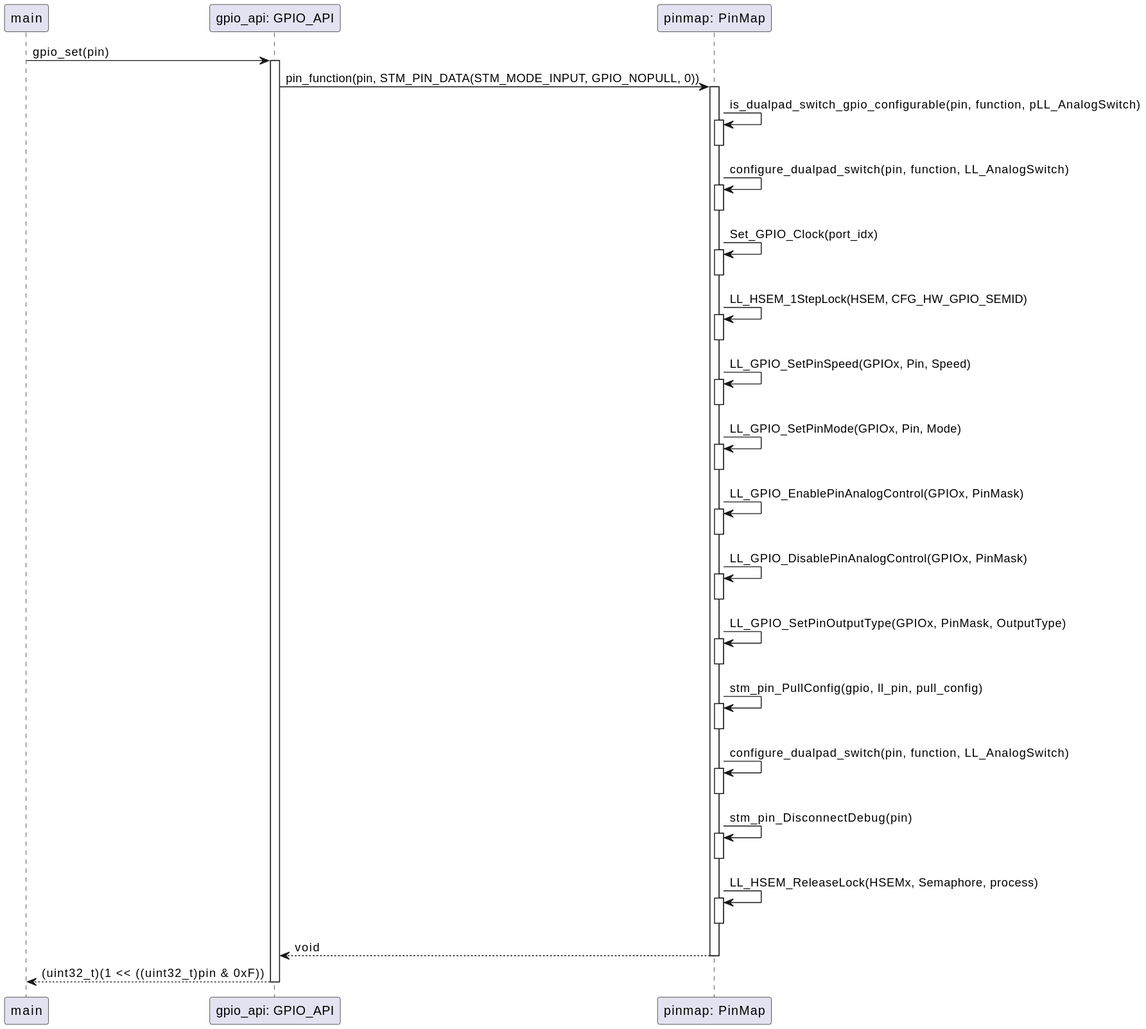
Bhagyani08/test_project keeps this PlantUML diagram as ai-design/sequence/gpio_set.svg. Above is the earlier version.
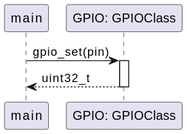
Above is the later version.

Commit message:
Auto-update AI design diagrams

The edit, as a diff of the source:
```diff
@@ -1,69 +1,9 @@
 @startuml
 participant "main" as Main
-participant "gpio_api: GPIO_API" as GPIO_API
-participant "pinmap: PinMap" as PinMap
+participant "GPIO: GPIOClass" as GPIO
 
-Main -> GPIO_API : gpio_set(pin)
-activate GPIO_API
-
-GPIO_API -> PinMap : pin_function(pin, STM_PIN_DATA(STM_MODE_INPUT, GPIO_NOPULL, 0))
-activate PinMap
-
-PinMap -> PinMap : is_dualpad_switch_gpio_configurable(pin, function, pLL_AnalogSwitch)
-activate PinMap
-deactivate PinMap
-
-PinMap -> PinMap : configure_dualpad_switch(pin, function, LL_AnalogSwitch)
-activate PinMap
-deactivate PinMap
-
-PinMap -> PinMap : Set_GPIO_Clock(port_idx)
-activate PinMap
-deactivate PinMap
-
-PinMap -> PinMap : LL_HSEM_1StepLock(HSEM, CFG_HW_GPIO_SEMID)
-activate PinMap
-deactivate PinMap
-
-PinMap -> PinMap : LL_GPIO_SetPinSpeed(GPIOx, Pin, Speed)
-activate PinMap
-deactivate PinMap
-
-PinMap -> PinMap : LL_GPIO_SetPinMode(GPIOx, Pin, Mode)
-activate PinMap
-deactivate PinMap
-
-PinMap -> PinMap : LL_GPIO_EnablePinAnalogControl(GPIOx, PinMask)
-activate PinMap
-deactivate PinMap
-
-PinMap -> PinMap : LL_GPIO_DisablePinAnalogControl(GPIOx, PinMask)
-activate PinMap
-deactivate PinMap
-
-PinMap -> PinMap : LL_GPIO_SetPinOutputType(GPIOx, PinMask, OutputType)
-activate PinMap
-deactivate PinMap
-
-PinMap -> PinMap : stm_pin_PullConfig(gpio, ll_pin, pull_config)
-activate PinMap
-deactivate PinMap
-
-PinMap -> PinMap : configure_dualpad_switch(pin, function, LL_AnalogSwitch)
-activate PinMap
-deactivate PinMap
-
-PinMap -> PinMap : stm_pin_DisconnectDebug(pin)
-activate PinMap
-deactivate PinMap
-
-PinMap -> PinMap : LL_HSEM_ReleaseLock(HSEMx, Semaphore, process)
-activate PinMap
-deactivate PinMap
-
-PinMap --> GPIO_API : void
-deactivate PinMap
-
-GPIO_API --> Main : (uint32_t)(1 << ((uint32_t)pin & 0xF))
-deactivate GPIO_API
+Main -> GPIO : gpio_set(pin)
+activate GPIO
+GPIO --> Main : uint32_t
+deactivate GPIO
 @enduml
```
